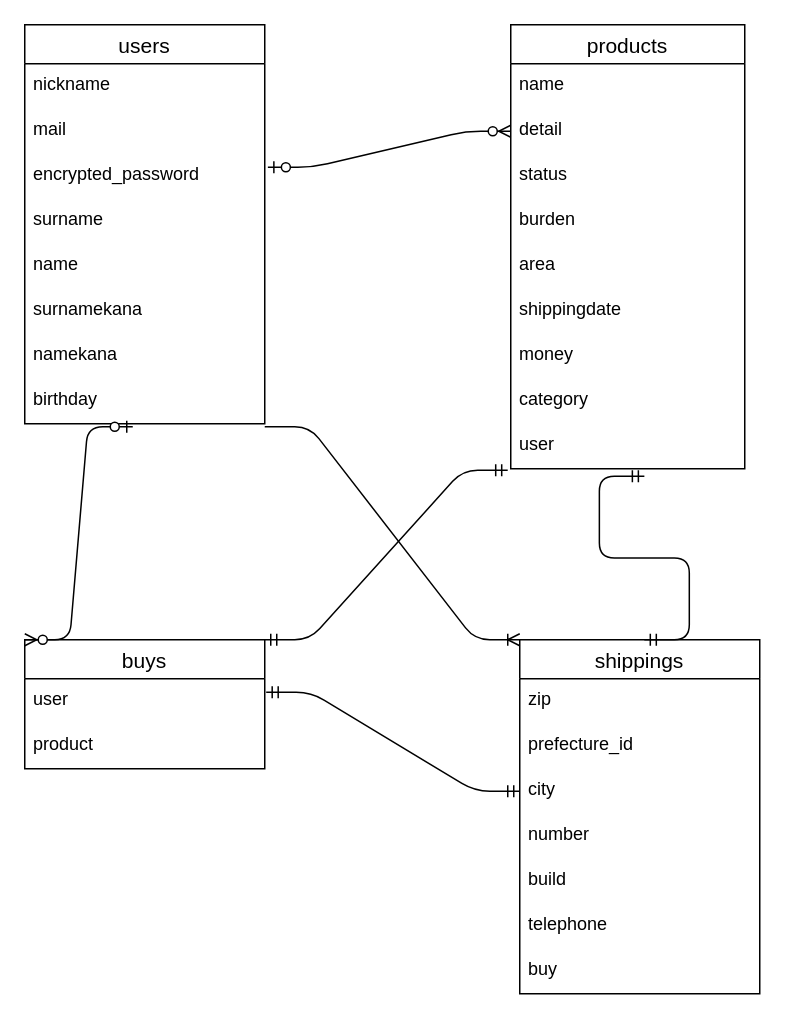
Earlier version of the draw.io diagram er.dio (meipolka831/furima-34958). Source tidied: cells renumbered, new cells numbered last; positions are measured from the earlier drawing's top-left corner, leaving out a move shared by most shapes. Both pictures are drawn from the tidied source at 150%, with x=0, y=0 at pixel (24, 24).
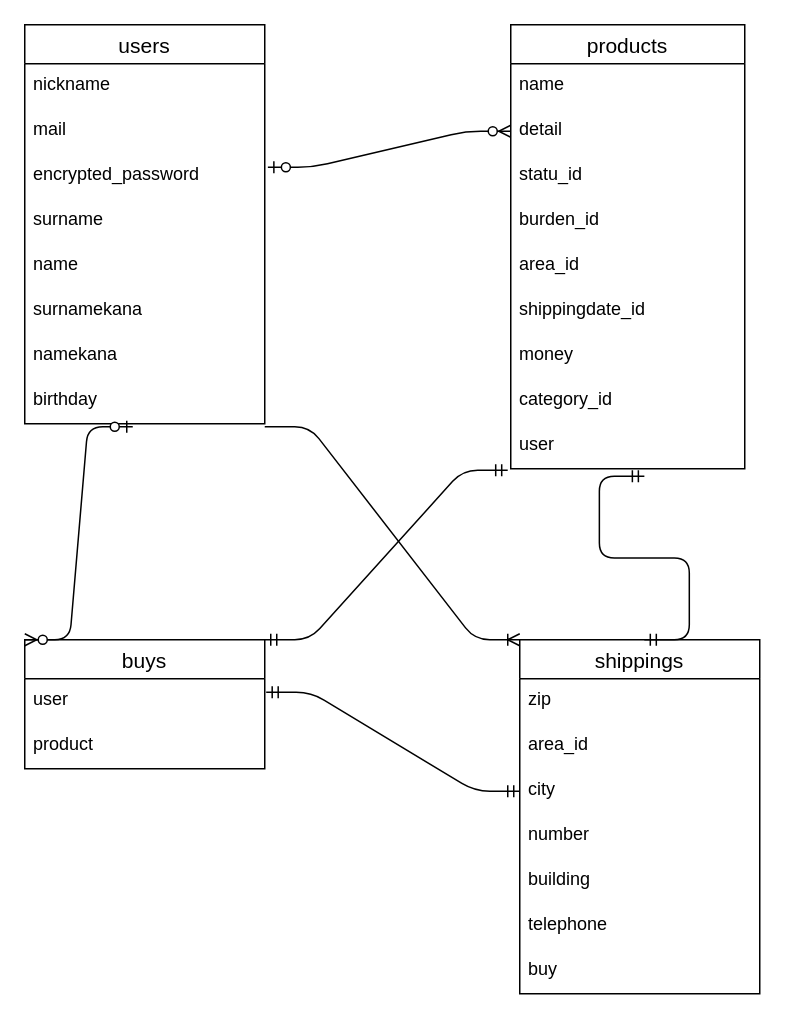
The same page after the edit.

The change refers to these unchanged cells:
```xml
<mxCell id="11" value="shippings" style="swimlane;fontStyle=0;horizontal=1;startSize=26;align=center;fontSize=14;" parent="1" vertex="1">
  <mxGeometry x="330" y="410" width="160" height="236" as="geometry" />
</mxCell>
<mxCell id="22" value="products" style="swimlane;fontStyle=0;horizontal=1;startSize=26;align=center;fontSize=14;" parent="1" vertex="1">
  <mxGeometry x="324" width="156" height="296" as="geometry" />
</mxCell>
```

The edit, as a diff of the source:
```diff
@@
-    <mxCell id="13" value="prefecture_id" style="text;strokeColor=none;fillColor=none;spacingLeft=4;spacingRight=4;overflow=hidden;fontSize=12;" parent="11" vertex="1">
+    <mxCell id="13" value="area_id" style="text;strokeColor=none;fillColor=none;spacingLeft=4;spacingRight=4;overflow=hidden;fontSize=12;" parent="11" vertex="1">
       <mxGeometry y="56" width="160" height="30" as="geometry" />
     </mxCell>
@@
-    <mxCell id="16" value="build" style="text;strokeColor=none;fillColor=none;spacingLeft=4;spacingRight=4;overflow=hidden;fontSize=12;" parent="11" vertex="1">
+    <mxCell id="16" value="building" style="text;strokeColor=none;fillColor=none;spacingLeft=4;spacingRight=4;overflow=hidden;fontSize=12;" parent="11" vertex="1">
       <mxGeometry y="146" width="160" height="30" as="geometry" />
     </mxCell>
@@
-    <mxCell id="25" value="status" style="text;strokeColor=none;fillColor=none;spacingLeft=4;spacingRight=4;overflow=hidden;fontSize=12;" parent="22" vertex="1">
+    <mxCell id="25" value="statu_id" style="text;strokeColor=none;fillColor=none;spacingLeft=4;spacingRight=4;overflow=hidden;fontSize=12;" parent="22" vertex="1">
       <mxGeometry y="86" width="156" height="30" as="geometry" />
     </mxCell>
-    <mxCell id="26" value="burden" style="text;strokeColor=none;fillColor=none;spacingLeft=4;spacingRight=4;overflow=hidden;fontSize=12;" parent="22" vertex="1">
+    <mxCell id="26" value="burden_id" style="text;strokeColor=none;fillColor=none;spacingLeft=4;spacingRight=4;overflow=hidden;fontSize=12;" parent="22" vertex="1">
       <mxGeometry y="116" width="156" height="30" as="geometry" />
     </mxCell>
-    <mxCell id="27" value="area" style="text;strokeColor=none;fillColor=none;spacingLeft=4;spacingRight=4;overflow=hidden;fontSize=12;" parent="22" vertex="1">
+    <mxCell id="27" value="area_id" style="text;strokeColor=none;fillColor=none;spacingLeft=4;spacingRight=4;overflow=hidden;fontSize=12;" parent="22" vertex="1">
       <mxGeometry y="146" width="156" height="30" as="geometry" />
     </mxCell>
-    <mxCell id="28" value="shippingdate" style="text;strokeColor=none;fillColor=none;spacingLeft=4;spacingRight=4;overflow=hidden;fontSize=12;" parent="22" vertex="1">
+    <mxCell id="28" value="shippingdate_id" style="text;strokeColor=none;fillColor=none;spacingLeft=4;spacingRight=4;overflow=hidden;fontSize=12;" parent="22" vertex="1">
       <mxGeometry y="176" width="156" height="30" as="geometry" />
     </mxCell>
@@
-    <mxCell id="30" value="category" style="text;strokeColor=none;fillColor=none;spacingLeft=4;spacingRight=4;overflow=hidden;fontSize=12;" parent="22" vertex="1">
+    <mxCell id="30" value="category_id" style="text;strokeColor=none;fillColor=none;spacingLeft=4;spacingRight=4;overflow=hidden;fontSize=12;" parent="22" vertex="1">
       <mxGeometry y="236" width="156" height="30" as="geometry" />
     </mxCell>
```
